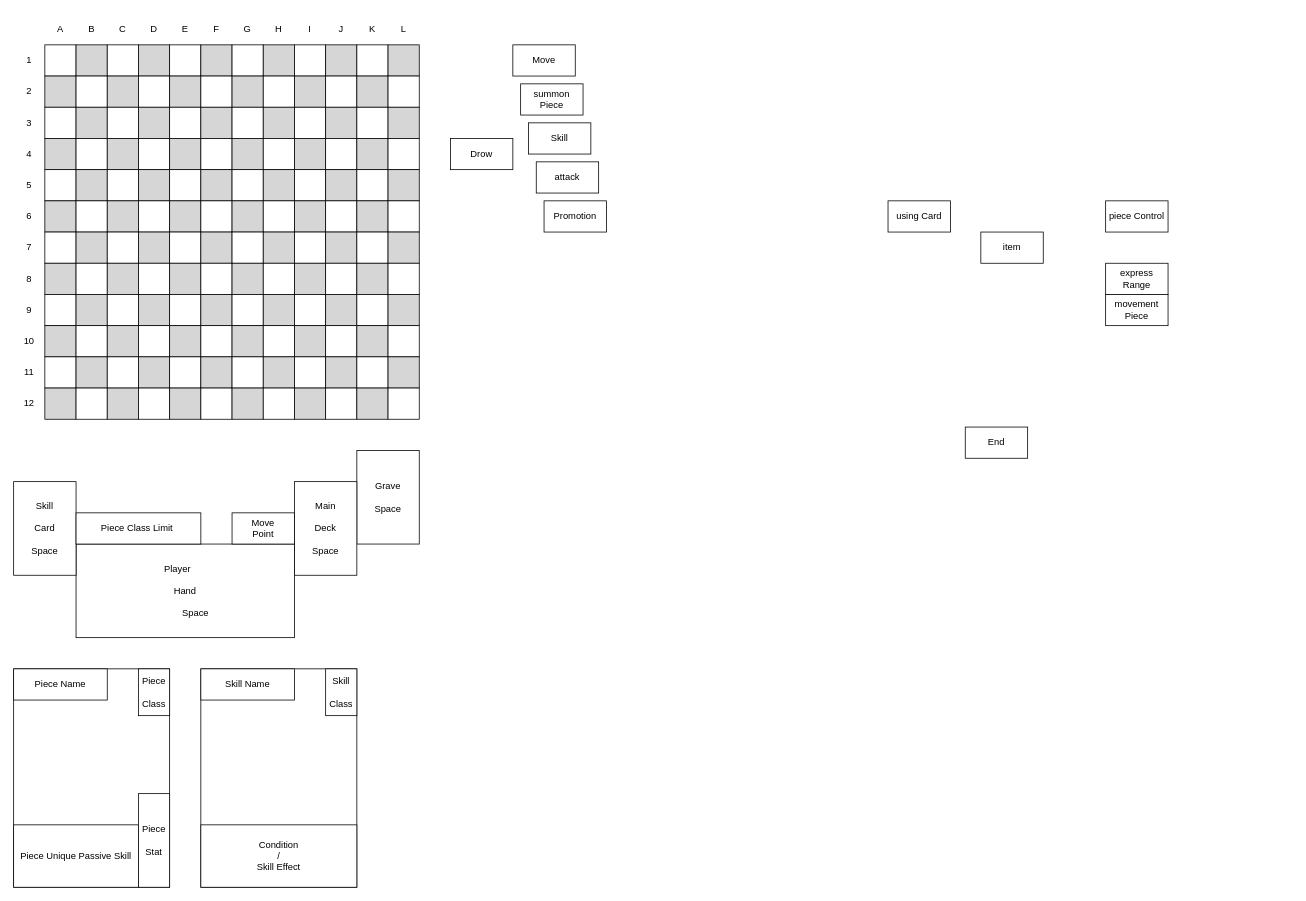
Earlier version of the draw.io diagram Prototype.drawio (yjk0401/unityenginebasic_9th). Source tidied: cells renumbered, new cells numbered last; positions are measured from the earlier drawing's top-left corner, leaving out a move shared by most shapes. Both pictures are drawn from the tidied source at 78%, with x=0, y=0 at pixel (13, 13).
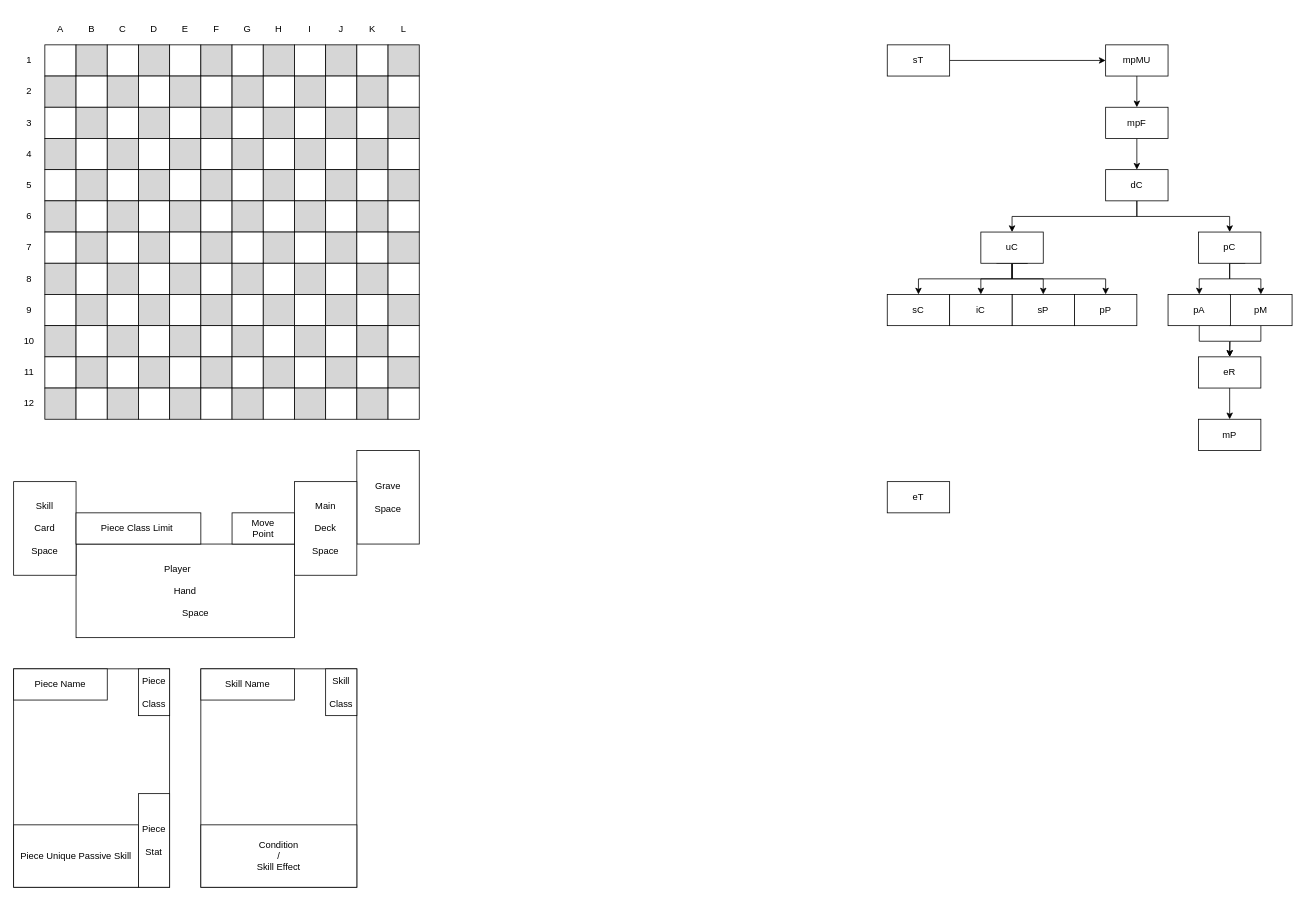
After the change.

The edit, as a diff of the source:
```diff
@@
+    <mxCell id="198" style="edgeStyle=orthogonalEdgeStyle;rounded=0;jettySize=auto;html=1;exitX=0.5;exitY=1;exitDx=0;exitDy=0;entryX=0.5;entryY=0;entryDx=0;entryDy=0;" parent="1" edge="1" source="186" target="194">
+      <mxGeometry relative="1" as="geometry" />
+    </mxCell>
+    <mxCell id="199" style="edgeStyle=orthogonalEdgeStyle;rounded=0;jettySize=auto;html=1;exitX=0.5;exitY=1;exitDx=0;exitDy=0;entryX=0.5;entryY=0;entryDx=0;entryDy=0;" parent="1" edge="1" source="186" target="195">
+      <mxGeometry relative="1" as="geometry" />
+    </mxCell>
-    <mxCell id="186" value="Drow" style="rounded=0;whiteSpace=wrap;html=1;" parent="1" vertex="1">
-      <mxGeometry x="560" y="160" width="80" height="40" as="geometry" />
+    <mxCell id="186" value="dC" style="rounded=0;whiteSpace=wrap;html=1;" parent="1" vertex="1">
+      <mxGeometry x="1400" y="200" width="80" height="40" as="geometry" />
     </mxCell>
+    <mxCell id="200" style="edgeStyle=orthogonalEdgeStyle;rounded=0;jettySize=auto;html=1;exitX=0.5;exitY=1;exitDx=0;exitDy=0;" parent="1" edge="1" source="187">
+      <mxGeometry relative="1" as="geometry">
+        <mxPoint x="1559" y="440" as="targetPoint" />
+      </mxGeometry>
+    </mxCell>
-    <mxCell id="187" value="Move" style="rounded=0;whiteSpace=wrap;html=1;" parent="1" vertex="1">
-      <mxGeometry x="640" y="40" width="80" height="40" as="geometry" />
+    <mxCell id="187" value="pM" style="rounded=0;whiteSpace=wrap;html=1;" parent="1" vertex="1">
+      <mxGeometry x="1559" y="360" width="80" height="40" as="geometry" />
     </mxCell>
-    <mxCell id="188" value="End" style="rounded=0;whiteSpace=wrap;html=1;" parent="1" vertex="1">
-      <mxGeometry x="1220" y="530" width="80" height="40" as="geometry" />
+    <mxCell id="188" value="eT" style="rounded=0;whiteSpace=wrap;html=1;" parent="1" vertex="1">
+      <mxGeometry x="1120" y="600" width="80" height="40" as="geometry" />
     </mxCell>
-    <mxCell id="189" value="summon Piece" style="rounded=0;whiteSpace=wrap;html=1;" parent="1" vertex="1">
-      <mxGeometry x="650" y="90" width="80" height="40" as="geometry" />
+    <mxCell id="189" value="sP" style="rounded=0;whiteSpace=wrap;html=1;" parent="1" vertex="1">
+      <mxGeometry x="1280" y="360" width="80" height="40" as="geometry" />
     </mxCell>
-    <mxCell id="190" value="Skill" style="rounded=0;whiteSpace=wrap;html=1;" parent="1" vertex="1">
-      <mxGeometry x="660" y="140" width="80" height="40" as="geometry" />
+    <mxCell id="190" value="sC" style="rounded=0;whiteSpace=wrap;html=1;" parent="1" vertex="1">
+      <mxGeometry x="1120" y="360" width="80" height="40" as="geometry" />
     </mxCell>
+    <mxCell id="201" style="edgeStyle=orthogonalEdgeStyle;rounded=0;jettySize=auto;html=1;exitX=0.5;exitY=1;exitDx=0;exitDy=0;" parent="1" edge="1" source="191" target="196">
+      <mxGeometry relative="1" as="geometry" />
+    </mxCell>
-    <mxCell id="191" value="attack" style="rounded=0;whiteSpace=wrap;html=1;" parent="1" vertex="1">
-      <mxGeometry x="670" y="190" width="80" height="40" as="geometry" />
+    <mxCell id="191" value="pA" style="rounded=0;whiteSpace=wrap;html=1;" parent="1" vertex="1">
+      <mxGeometry x="1480" y="360" width="80" height="40" as="geometry" />
     </mxCell>
-    <mxCell id="192" value="Promotion" style="rounded=0;whiteSpace=wrap;html=1;" parent="1" vertex="1">
-      <mxGeometry x="680" y="240" width="80" height="40" as="geometry" />
+    <mxCell id="192" value="pP" style="rounded=0;whiteSpace=wrap;html=1;" parent="1" vertex="1">
+      <mxGeometry x="1360" y="360" width="80" height="40" as="geometry" />
     </mxCell>
-    <mxCell id="193" value="item" style="rounded=0;whiteSpace=wrap;html=1;" parent="1" vertex="1">
-      <mxGeometry x="1240" y="280" width="80" height="40" as="geometry" />
+    <mxCell id="193" value="iC" style="rounded=0;whiteSpace=wrap;html=1;" parent="1" vertex="1">
+      <mxGeometry x="1200" y="360" width="80" height="40" as="geometry" />
     </mxCell>
+    <mxCell id="202" style="edgeStyle=orthogonalEdgeStyle;rounded=0;jettySize=auto;html=1;entryX=0.5;entryY=0;entryDx=0;entryDy=0;" parent="1" edge="1" source="194" target="193">
+      <mxGeometry relative="1" as="geometry" />
+    </mxCell>
+    <mxCell id="203" style="edgeStyle=orthogonalEdgeStyle;rounded=0;jettySize=auto;html=1;exitX=0.75;exitY=1;exitDx=0;exitDy=0;" parent="1" edge="1" source="194" target="189">
+      <mxGeometry relative="1" as="geometry">
+        <Array as="points">
+          <mxPoint x="1280" y="320" />
+          <mxPoint x="1280" y="340" />
+          <mxPoint x="1320" y="340" />
+        </Array>
+      </mxGeometry>
+    </mxCell>
+    <mxCell id="204" style="edgeStyle=orthogonalEdgeStyle;rounded=0;jettySize=auto;html=1;exitX=0.75;exitY=1;exitDx=0;exitDy=0;entryX=0.5;entryY=0;entryDx=0;entryDy=0;" parent="1" edge="1" source="194" target="192">
+      <mxGeometry relative="1" as="geometry">
+        <Array as="points">
+          <mxPoint x="1280" y="320" />
+          <mxPoint x="1280" y="340" />
+          <mxPoint x="1400" y="340" />
+        </Array>
+      </mxGeometry>
+    </mxCell>
+    <mxCell id="205" style="edgeStyle=orthogonalEdgeStyle;rounded=0;jettySize=auto;html=1;exitX=0.25;exitY=1;exitDx=0;exitDy=0;entryX=0.5;entryY=0;entryDx=0;entryDy=0;" parent="1" edge="1" source="194" target="190">
+      <mxGeometry relative="1" as="geometry">
+        <Array as="points">
+          <mxPoint x="1280" y="320" />
+          <mxPoint x="1280" y="340" />
+          <mxPoint x="1160" y="340" />
+        </Array>
+      </mxGeometry>
+    </mxCell>
-    <mxCell id="194" value="using Card" style="rounded=0;whiteSpace=wrap;html=1;" parent="1" vertex="1">
-      <mxGeometry x="1121" y="240" width="80" height="40" as="geometry" />
+    <mxCell id="194" value="uC" style="rounded=0;whiteSpace=wrap;html=1;" parent="1" vertex="1">
+      <mxGeometry x="1240" y="280" width="80" height="40" as="geometry" />
     </mxCell>
+    <mxCell id="206" style="edgeStyle=orthogonalEdgeStyle;rounded=0;jettySize=auto;html=1;entryX=0.5;entryY=0;entryDx=0;entryDy=0;" parent="1" edge="1" source="195" target="191">
+      <mxGeometry relative="1" as="geometry" />
+    </mxCell>
+    <mxCell id="207" style="edgeStyle=orthogonalEdgeStyle;rounded=0;jettySize=auto;html=1;exitX=0.75;exitY=1;exitDx=0;exitDy=0;" parent="1" edge="1" source="195" target="187">
+      <mxGeometry relative="1" as="geometry">
+        <Array as="points">
+          <mxPoint x="1559" y="320" />
+          <mxPoint x="1559" y="340" />
+          <mxPoint x="1599" y="340" />
+        </Array>
+      </mxGeometry>
+    </mxCell>
-    <mxCell id="195" value="piece Control" style="rounded=0;whiteSpace=wrap;html=1;" parent="1" vertex="1">
-      <mxGeometry x="1400" y="240" width="80" height="40" as="geometry" />
+    <mxCell id="195" value="pC" style="rounded=0;whiteSpace=wrap;html=1;" parent="1" vertex="1">
+      <mxGeometry x="1519" y="280" width="80" height="40" as="geometry" />
     </mxCell>
+    <mxCell id="208" style="edgeStyle=orthogonalEdgeStyle;rounded=0;jettySize=auto;html=1;exitX=0.5;exitY=1;exitDx=0;exitDy=0;entryX=0.5;entryY=0;entryDx=0;entryDy=0;" parent="1" edge="1" source="196" target="197">
+      <mxGeometry relative="1" as="geometry" />
+    </mxCell>
-    <mxCell id="196" value="express Range" style="rounded=0;whiteSpace=wrap;html=1;" parent="1" vertex="1">
-      <mxGeometry x="1400" y="320" width="80" height="40" as="geometry" />
+    <mxCell id="196" value="eR" style="rounded=0;whiteSpace=wrap;html=1;" parent="1" vertex="1">
+      <mxGeometry x="1519" y="440" width="80" height="40" as="geometry" />
     </mxCell>
-    <mxCell id="197" value="movement Piece" style="rounded=0;whiteSpace=wrap;html=1;" parent="1" vertex="1">
-      <mxGeometry x="1400" y="360" width="80" height="40" as="geometry" />
+    <mxCell id="197" value="mP" style="rounded=0;whiteSpace=wrap;html=1;" parent="1" vertex="1">
+      <mxGeometry x="1519" y="520" width="80" height="40" as="geometry" />
     </mxCell>
+    <mxCell id="209" style="edgeStyle=orthogonalEdgeStyle;rounded=0;jettySize=auto;html=1;exitX=0.5;exitY=1;exitDx=0;exitDy=0;" parent="1" edge="1" source="210" target="212">
+      <mxGeometry relative="1" as="geometry" />
+    </mxCell>
+    <mxCell id="210" value="mpMU" style="rounded=0;whiteSpace=wrap;html=1;" parent="1" vertex="1">
+      <mxGeometry x="1400" y="40" width="80" height="40" as="geometry" />
+    </mxCell>
+    <mxCell id="211" style="edgeStyle=orthogonalEdgeStyle;rounded=0;jettySize=auto;html=1;exitX=0.5;exitY=1;exitDx=0;exitDy=0;" parent="1" edge="1" source="212" target="186">
+      <mxGeometry relative="1" as="geometry" />
+    </mxCell>
+    <mxCell id="212" value="mpF" style="rounded=0;whiteSpace=wrap;html=1;" parent="1" vertex="1">
+      <mxGeometry x="1400" y="120" width="80" height="40" as="geometry" />
+    </mxCell>
+    <mxCell id="213" style="edgeStyle=orthogonalEdgeStyle;rounded=0;jettySize=auto;html=1;exitX=1;exitY=0.5;exitDx=0;exitDy=0;entryX=0;entryY=0.5;entryDx=0;entryDy=0;" parent="1" edge="1" source="214" target="210">
+      <mxGeometry relative="1" as="geometry" />
+    </mxCell>
+    <mxCell id="214" value="sT" style="rounded=0;whiteSpace=wrap;html=1;" parent="1" vertex="1">
+      <mxGeometry x="1120" y="40" width="80" height="40" as="geometry" />
+    </mxCell>
```
